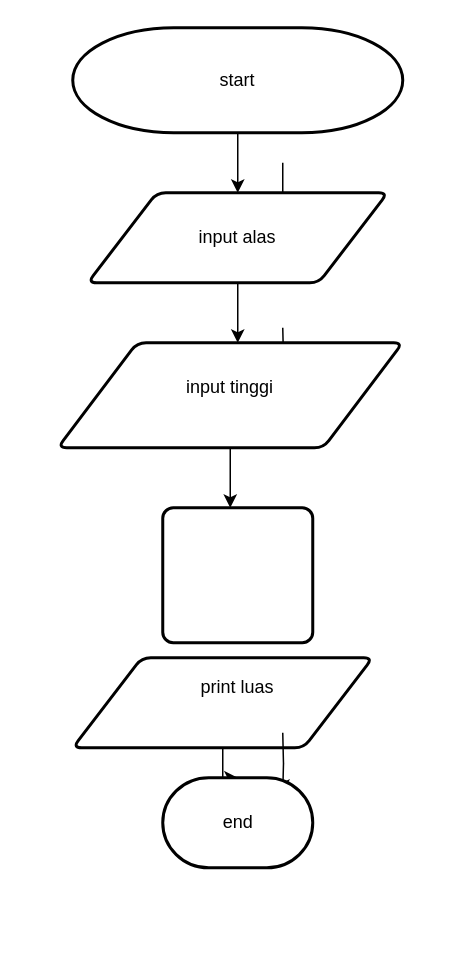
Before: Untitled Diagram.drawio in muhammadfirmansyah51/algo_A_muhammadfirmansyah, a draw.io diagram. Source tidied: cells renumbered, new cells numbered last; positions are measured from the earlier drawing's top-left corner, leaving out a move shared by most shapes. Both pictures are drawn from the tidied source at 150%, with x=0, y=0 at pixel (57, 27).
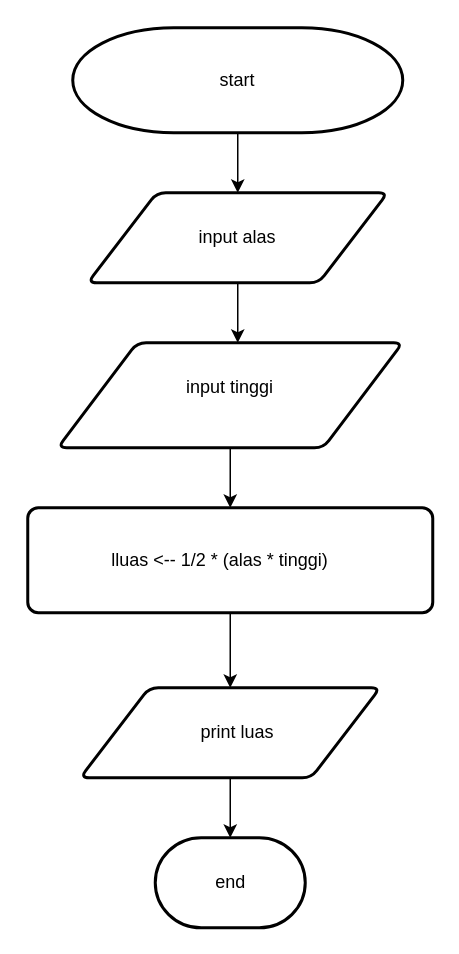
The same diagram, later.

Commit message:
menghitung luas segitiga

Diff of the diagram source:
```diff
@@
-    <mxCell id="3" style="edgeStyle=orthogonalEdgeStyle;rounded=0;orthogonalLoop=1;jettySize=auto;html=1;" parent="1" edge="1">
-      <mxGeometry relative="1" as="geometry">
-        <mxPoint x="150" y="90" as="sourcePoint" />
-        <mxPoint x="150" y="140" as="targetPoint" />
-      </mxGeometry>
-    </mxCell>
@@
-    <mxCell id="6" style="edgeStyle=orthogonalEdgeStyle;rounded=0;orthogonalLoop=1;jettySize=auto;html=1;exitX=0.5;exitY=1;exitDx=0;exitDy=0;" parent="1" edge="1">
-      <mxGeometry relative="1" as="geometry">
-        <mxPoint x="150" y="200" as="sourcePoint" />
-        <mxPoint x="150" y="240" as="targetPoint" />
-      </mxGeometry>
-    </mxCell>
@@
     <mxCell id="11" style="shape=parallelogram;html=1;strokeWidth=2;perimeter=parallelogramPerimeter;whiteSpace=wrap;rounded=1;arcSize=12;size=0.23;" parent="1" vertex="1">
-      <mxGeometry x="10" y="420" width="200" height="60" as="geometry" />
+      <mxGeometry x="15" y="440" width="200" height="60" as="geometry" />
     </mxCell>
-    <mxCell id="12" style="edgeStyle=orthogonalEdgeStyle;rounded=0;orthogonalLoop=1;jettySize=auto;html=1;" parent="1" edge="1">
-      <mxGeometry relative="1" as="geometry">
-        <mxPoint x="150" y="470" as="sourcePoint" />
-        <mxPoint x="150" y="510" as="targetPoint" />
-      </mxGeometry>
-    </mxCell>
     <mxCell id="13" style="strokeWidth=2;html=1;shape=mxgraph.flowchart.terminator;whiteSpace=wrap;" parent="1" vertex="1">
-      <mxGeometry x="70" y="500" width="100" height="60" as="geometry" />
+      <mxGeometry x="65" y="540" width="100" height="60" as="geometry" />
     </mxCell>
@@
     <mxCell id="17" value="print luas " style="text;html=1;strokeColor=none;fillColor=none;align=center;verticalAlign=middle;whiteSpace=wrap;rounded=0;" parent="1" vertex="1">
-      <mxGeometry x="90" y="425" width="60" height="30" as="geometry" />
+      <mxGeometry x="90" y="455" width="60" height="30" as="geometry" />
     </mxCell>
     <mxCell id="18" value="end" style="text;html=1;align=center;verticalAlign=middle;strokeColor=none;fillColor=none;" parent="1" vertex="1">
-      <mxGeometry x="100" y="515" width="40" height="30" as="geometry" />
+      <mxGeometry x="95" y="555" width="40" height="30" as="geometry" />
     </mxCell>
+    <mxCell id="20" style="edgeStyle=orthogonalEdgeStyle;rounded=0;jettySize=auto;html=1;entryX=0.5;entryY=0;entryDx=0;entryDy=0;" parent="1" edge="1" source="19" target="11">
+      <mxGeometry relative="1" as="geometry" />
+    </mxCell>
     <mxCell id="19" style="rounded=1;whiteSpace=wrap;html=1;absoluteArcSize=1;arcSize=14;strokeWidth=2;" parent="1" vertex="1">
-      <mxGeometry x="70" y="320" width="100" height="90" as="geometry" />
+      <mxGeometry x="-20" y="320" width="270" height="70" as="geometry" />
     </mxCell>
+    <mxCell id="21" value="lluas &amp;lt;-- 1/2 * (alas * tinggi)&amp;nbsp;" style="text;html=1;strokeColor=none;fillColor=none;align=center;verticalAlign=middle;whiteSpace=wrap;rounded=0;" parent="1" vertex="1">
+      <mxGeometry x="10" y="340" width="200" height="30" as="geometry" />
+    </mxCell>
```
